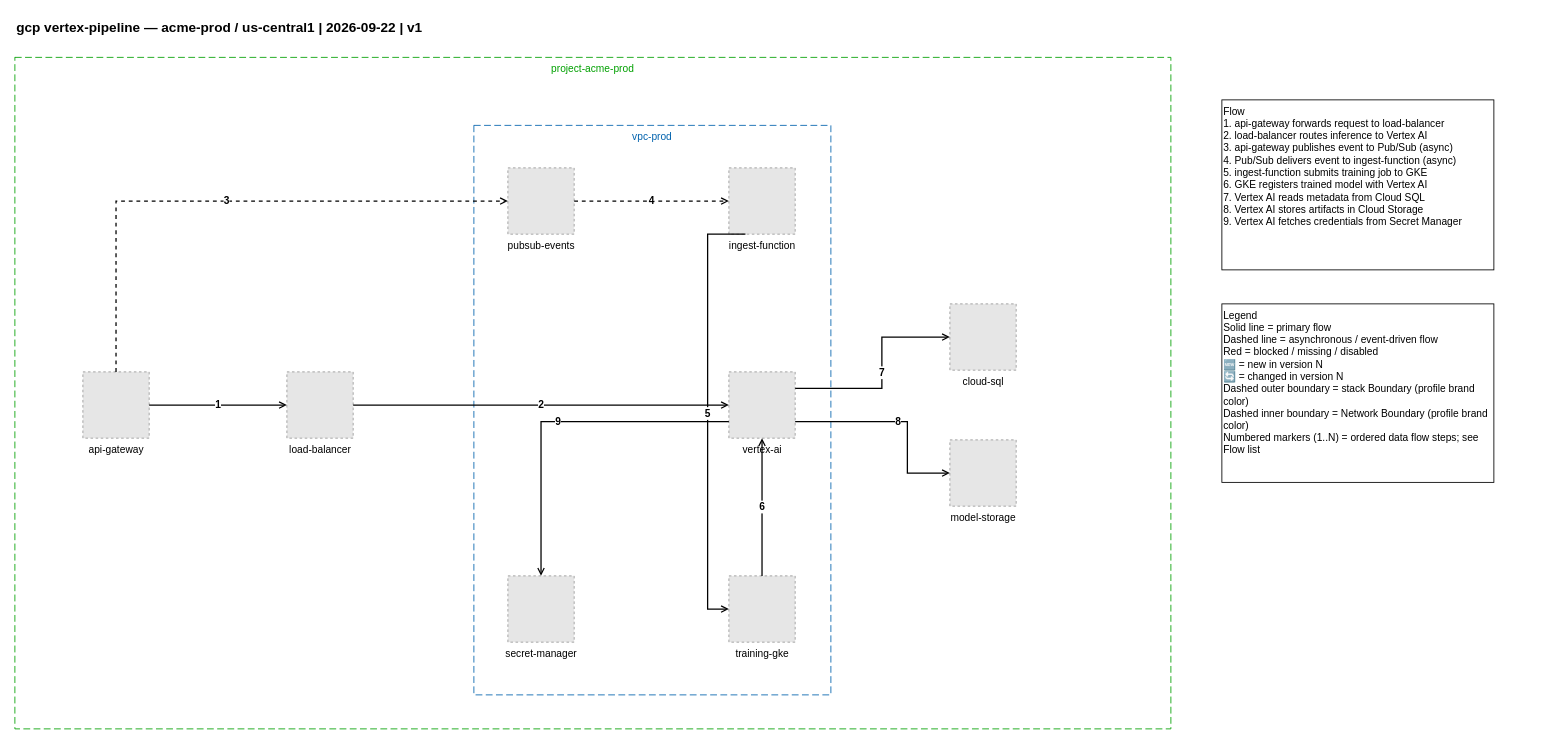
Before: examples/gcp/01-gcp-vertex-pipeline.drawio in totoshko88/Cloud_Architecture, a draw.io diagram. Source tidied: cells renumbered, new cells numbered last; positions are measured from the earlier drawing's top-left corner, leaving out a move shared by most shapes. Both pictures are drawn from the tidied source at 85%, with x=0, y=0 at pixel (14, 14). Pictures stored in the file or linked from it are replaced by grey dashed boxes.
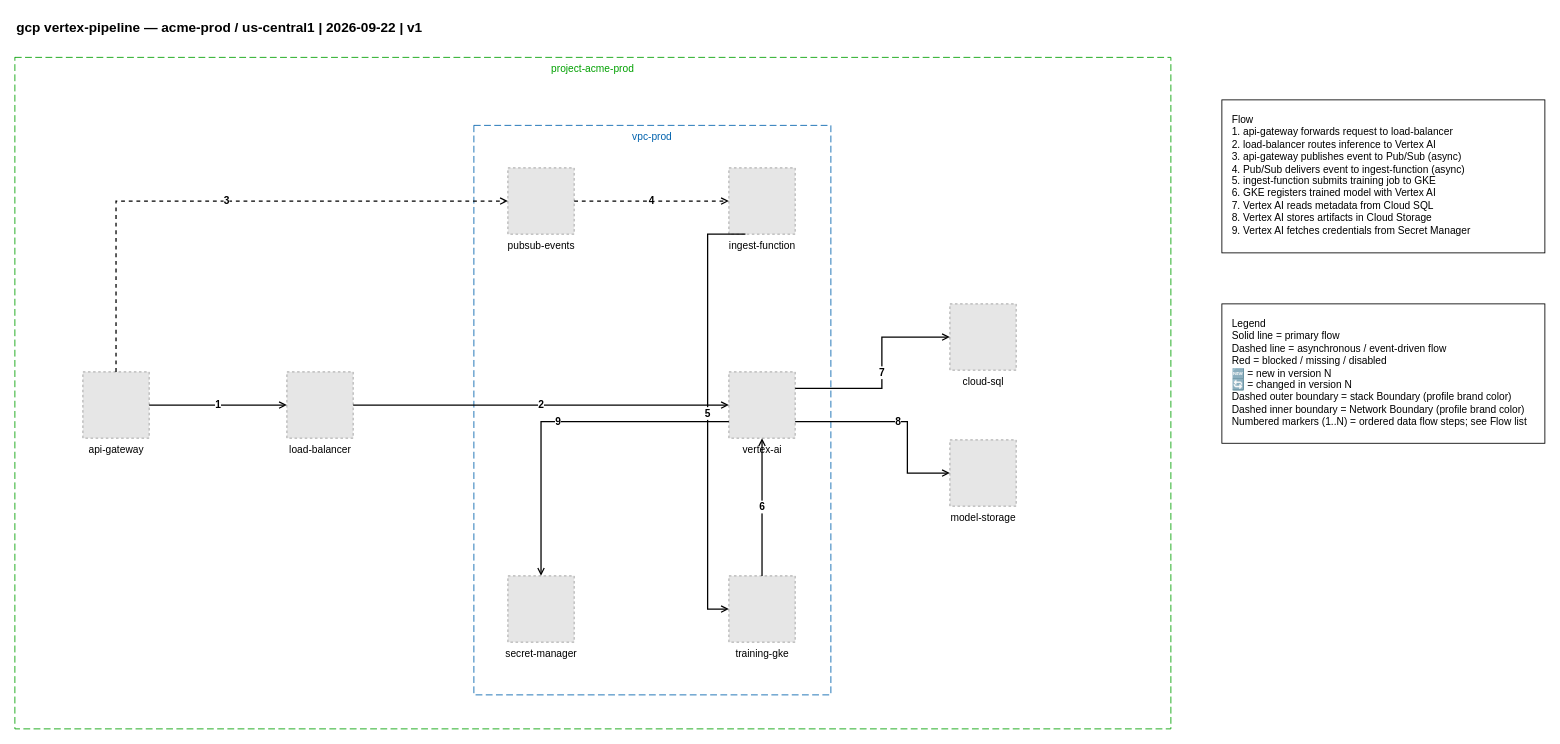
The same diagram, later.

Change to the diagram source:
```diff
@@
-    <mxCell id="23" value="Flow&#10;1. api-gateway forwards request to load-balancer&#10;2. load-balancer routes inference to Vertex AI&#10;3. api-gateway publishes event to Pub/Sub (async)&#10;4. Pub/Sub delivers event to ingest-function (async)&#10;5. ingest-function submits training job to GKE&#10;6. GKE registers trained model with Vertex AI&#10;7. Vertex AI reads metadata from Cloud SQL&#10;8. Vertex AI stores artifacts in Cloud Storage&#10;9. Vertex AI fetches credentials from Secret Manager" style="text;html=1;align=left;verticalAlign=top;fontSize=12;whiteSpace=wrap;strokeColor=#000000;fillColor=#FFFFFF;" parent="1" vertex="1">
-      <mxGeometry x="1420" y="100" width="320" height="200" as="geometry" />
+    <mxCell id="23" value="Flow&#10;1. api-gateway forwards request to load-balancer&#10;2. load-balancer routes inference to Vertex AI&#10;3. api-gateway publishes event to Pub/Sub (async)&#10;4. Pub/Sub delivers event to ingest-function (async)&#10;5. ingest-function submits training job to GKE&#10;6. GKE registers trained model with Vertex AI&#10;7. Vertex AI reads metadata from Cloud SQL&#10;8. Vertex AI stores artifacts in Cloud Storage&#10;9. Vertex AI fetches credentials from Secret Manager" style="text;html=1;align=left;verticalAlign=top;fontSize=12;whiteSpace=wrap;strokeColor=#000000;fillColor=#FFFFFF;spacingLeft=10;spacingRight=10;spacingTop=10;spacingBottom=10;" parent="1" vertex="1">
+      <mxGeometry x="1420" y="100" width="380" height="180" as="geometry" />
     </mxCell>
-    <mxCell id="24" value="Legend&#10;Solid line = primary flow&#10;Dashed line = asynchronous / event-driven flow&#10;Red = blocked / missing / disabled&#10;🆕 = new in version N&#10;🔄 = changed in version N&#10;Dashed outer boundary = stack Boundary (profile brand color)&#10;Dashed inner boundary = Network Boundary (profile brand color)&#10;Numbered markers (1..N) = ordered data flow steps; see Flow list" style="text;html=1;align=left;verticalAlign=top;fontSize=12;whiteSpace=wrap;strokeColor=#000000;fillColor=#FFFFFF;" parent="1" vertex="1">
-      <mxGeometry x="1420" y="340" width="320" height="210" as="geometry" />
+    <mxCell id="24" value="Legend&#10;Solid line = primary flow&#10;Dashed line = asynchronous / event-driven flow&#10;Red = blocked / missing / disabled&#10;🆕 = new in version N&#10;🔄 = changed in version N&#10;Dashed outer boundary = stack Boundary (profile brand color)&#10;Dashed inner boundary = Network Boundary (profile brand color)&#10;Numbered markers (1..N) = ordered data flow steps; see Flow list" style="text;html=1;align=left;verticalAlign=top;fontSize=12;whiteSpace=wrap;strokeColor=#000000;fillColor=#FFFFFF;spacingLeft=10;spacingRight=10;spacingTop=10;spacingBottom=10;" parent="1" vertex="1">
+      <mxGeometry x="1420" y="340" width="380" height="164" as="geometry" />
     </mxCell>
```
